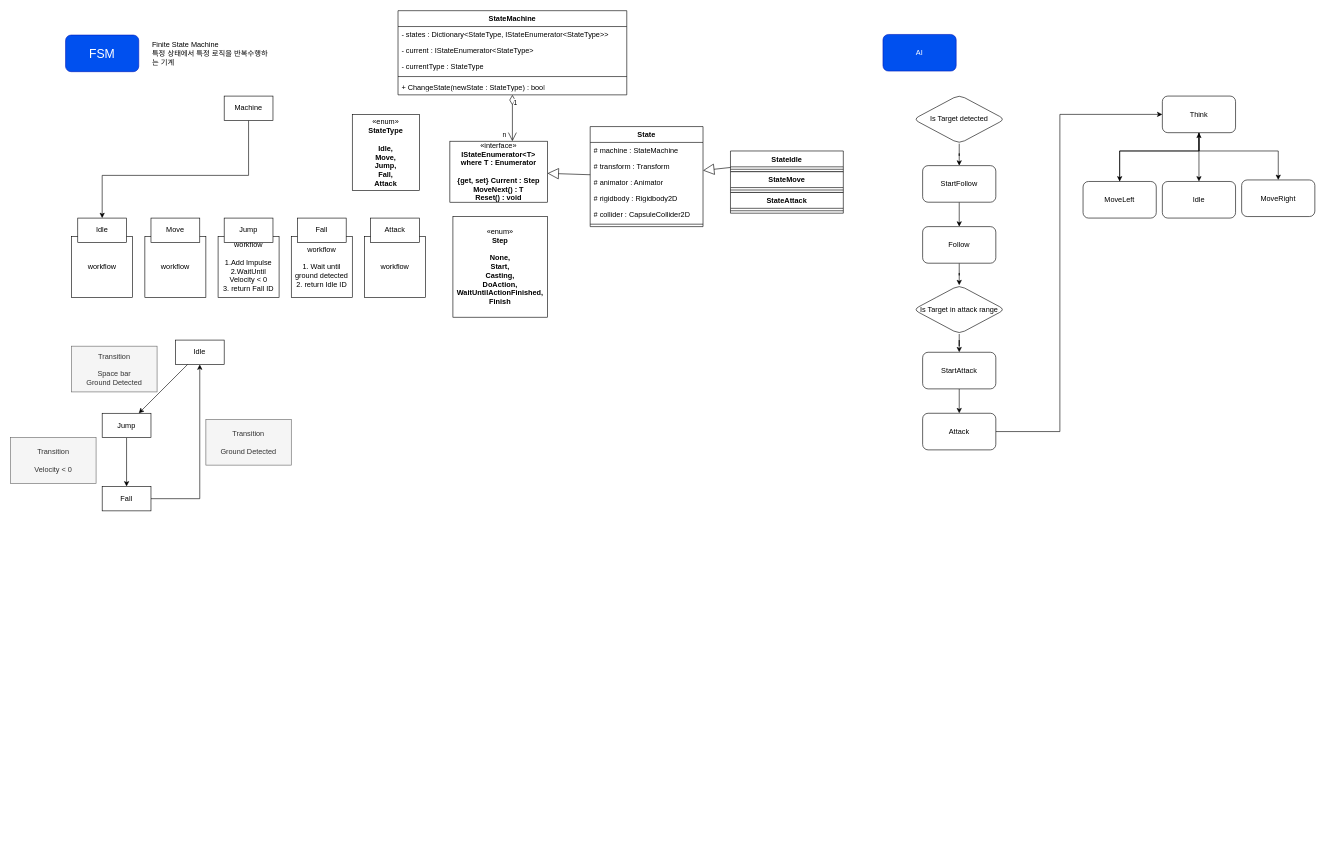
This is Platformer2D/Platformer2D.drawio from luke-youngmin-cho/UnityEngineBasic_8th, a draw.io file, before an edit. Source tidied: cells renumbered, new cells numbered last; positions are measured from the earlier drawing's top-left corner, leaving out a move shared by most shapes. Both pictures are drawn from the tidied source at 61%, with x=0, y=0 at pixel (10, 10).
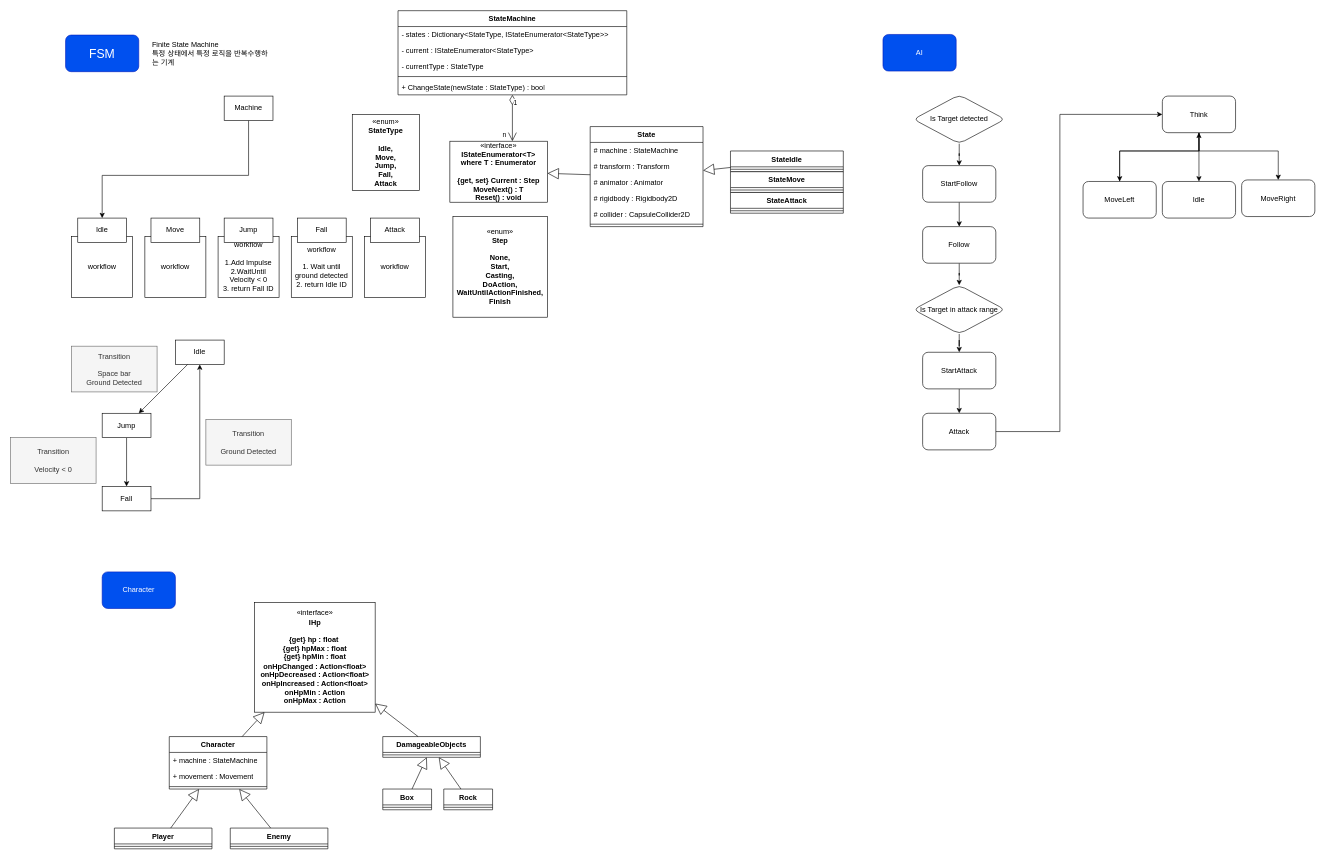
Above is the later version.

Diff of the diagram source:
```diff
@@
+    <mxCell id="73" value="Character" style="rounded=1;whiteSpace=wrap;html=1;fillColor=#0050ef;fontColor=#ffffff;strokeColor=#001DBC;" parent="1" vertex="1">
+      <mxGeometry x="150" y="920" width="120" height="60" as="geometry" />
+    </mxCell>
+    <mxCell id="74" value="Character" style="swimlane;fontStyle=1;align=center;verticalAlign=top;horizontal=1;startSize=26;whiteSpace=wrap;html=1;" parent="1" vertex="1">
+      <mxGeometry x="260" y="1190" width="160" height="86" as="geometry" />
+    </mxCell>
+    <mxCell id="75" value="+ machine : StateMachine" style="text;strokeColor=none;fillColor=none;align=left;verticalAlign=top;spacingLeft=4;spacingRight=4;overflow=hidden;whiteSpace=wrap;html=1;" parent="74" vertex="1">
+      <mxGeometry y="26" width="160" height="26" as="geometry" />
+    </mxCell>
+    <mxCell id="76" value="+ movement : Movement" style="text;strokeColor=none;fillColor=none;align=left;verticalAlign=top;spacingLeft=4;spacingRight=4;overflow=hidden;whiteSpace=wrap;html=1;" parent="74" vertex="1">
+      <mxGeometry y="52" width="160" height="26" as="geometry" />
+    </mxCell>
+    <mxCell id="77" style="line;strokeWidth=1;fillColor=none;align=left;verticalAlign=middle;spacingTop=-1;spacingLeft=3;spacingRight=3;labelPosition=right;strokeColor=inherit;" parent="74" vertex="1">
+      <mxGeometry y="78" width="160" height="8" as="geometry" />
+    </mxCell>
+    <mxCell id="78" value="Player" style="swimlane;fontStyle=1;align=center;verticalAlign=top;horizontal=1;startSize=26;whiteSpace=wrap;html=1;" parent="1" vertex="1">
+      <mxGeometry x="170" y="1340" width="160" height="34" as="geometry" />
+    </mxCell>
+    <mxCell id="79" style="line;strokeWidth=1;fillColor=none;align=left;verticalAlign=middle;spacingTop=-1;spacingLeft=3;spacingRight=3;labelPosition=right;strokeColor=inherit;" parent="78" vertex="1">
+      <mxGeometry y="26" width="160" height="8" as="geometry" />
+    </mxCell>
+    <mxCell id="80" value="Enemy" style="swimlane;fontStyle=1;align=center;verticalAlign=top;horizontal=1;startSize=26;whiteSpace=wrap;html=1;" parent="1" vertex="1">
+      <mxGeometry x="360" y="1340" width="160" height="34" as="geometry" />
+    </mxCell>
+    <mxCell id="81" style="line;strokeWidth=1;fillColor=none;align=left;verticalAlign=middle;spacingTop=-1;spacingLeft=3;spacingRight=3;labelPosition=right;strokeColor=inherit;" parent="80" vertex="1">
+      <mxGeometry y="26" width="160" height="8" as="geometry" />
+    </mxCell>
+    <mxCell id="82" value="DamageableObjects" style="swimlane;fontStyle=1;align=center;verticalAlign=top;horizontal=1;startSize=26;whiteSpace=wrap;html=1;" parent="1" vertex="1">
+      <mxGeometry x="610" y="1190" width="160" height="34" as="geometry" />
+    </mxCell>
+    <mxCell id="83" style="line;strokeWidth=1;fillColor=none;align=left;verticalAlign=middle;spacingTop=-1;spacingLeft=3;spacingRight=3;labelPosition=right;strokeColor=inherit;" parent="82" vertex="1">
+      <mxGeometry y="26" width="160" height="8" as="geometry" />
+    </mxCell>
+    <mxCell id="84" value="«interface»&lt;br&gt;&lt;b&gt;IHp&lt;br&gt;&lt;br&gt;{get} hp : float&amp;nbsp;&lt;br&gt;{get} hpMax : float&lt;br&gt;{get} hpMin : float&lt;br&gt;onHpChanged : Action&amp;lt;float&amp;gt;&lt;br&gt;onHpDecreased : Action&amp;lt;float&amp;gt;&lt;br&gt;onHpIncreased : Action&amp;lt;float&amp;gt;&lt;br&gt;onHpMin : Action&lt;br&gt;onHpMax : Action&lt;br&gt;&lt;/b&gt;" style="html=1;whiteSpace=wrap;" parent="1" vertex="1">
+      <mxGeometry x="400" y="970" width="197.5" height="180" as="geometry" />
+    </mxCell>
+    <mxCell id="85" style="endArrow=block;endSize=16;endFill=0;html=1;rounded=0;" parent="1" edge="1" source="74" target="84">
+      <mxGeometry relative="1" as="geometry" />
+    </mxCell>
+    <mxCell id="86" style="endArrow=block;endSize=16;endFill=0;html=1;rounded=0;" parent="1" edge="1" source="82" target="84">
+      <mxGeometry relative="1" as="geometry" />
+    </mxCell>
+    <mxCell id="87" style="endArrow=block;endSize=16;endFill=0;html=1;rounded=0;" parent="1" edge="1" source="80" target="74">
+      <mxGeometry relative="1" as="geometry" />
+    </mxCell>
+    <mxCell id="88" style="endArrow=block;endSize=16;endFill=0;html=1;rounded=0;" parent="1" edge="1" source="78" target="74">
+      <mxGeometry relative="1" as="geometry" />
+    </mxCell>
+    <mxCell id="89" value="Box" style="swimlane;fontStyle=1;align=center;verticalAlign=top;horizontal=1;startSize=26;whiteSpace=wrap;html=1;" parent="1" vertex="1">
+      <mxGeometry x="610" y="1276" width="80" height="34" as="geometry" />
+    </mxCell>
+    <mxCell id="90" style="line;strokeWidth=1;fillColor=none;align=left;verticalAlign=middle;spacingTop=-1;spacingLeft=3;spacingRight=3;labelPosition=right;strokeColor=inherit;" parent="89" vertex="1">
+      <mxGeometry y="26" width="80" height="8" as="geometry" />
+    </mxCell>
+    <mxCell id="91" value="Rock" style="swimlane;fontStyle=1;align=center;verticalAlign=top;horizontal=1;startSize=26;whiteSpace=wrap;html=1;" parent="1" vertex="1">
+      <mxGeometry x="710" y="1276" width="80" height="34" as="geometry" />
+    </mxCell>
+    <mxCell id="92" style="line;strokeWidth=1;fillColor=none;align=left;verticalAlign=middle;spacingTop=-1;spacingLeft=3;spacingRight=3;labelPosition=right;strokeColor=inherit;" parent="91" vertex="1">
+      <mxGeometry y="26" width="80" height="8" as="geometry" />
+    </mxCell>
+    <mxCell id="93" style="endArrow=block;endSize=16;endFill=0;html=1;rounded=0;" parent="1" edge="1" source="89" target="82">
+      <mxGeometry relative="1" as="geometry" />
+    </mxCell>
+    <mxCell id="94" style="endArrow=block;endSize=16;endFill=0;html=1;rounded=0;" parent="1" edge="1" source="91" target="82">
+      <mxGeometry relative="1" as="geometry" />
+    </mxCell>
```
